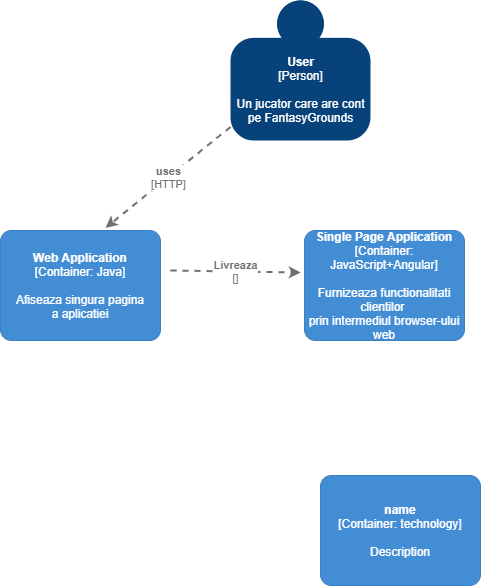
This is C4_container.png from Madalina0303/Ip-lab4, a draw.io export, as it was before one commit. Source tidied: cells renumbered, new cells last; positions are measured from the earlier drawing's top-left corner, leaving out a move shared by most shapes.
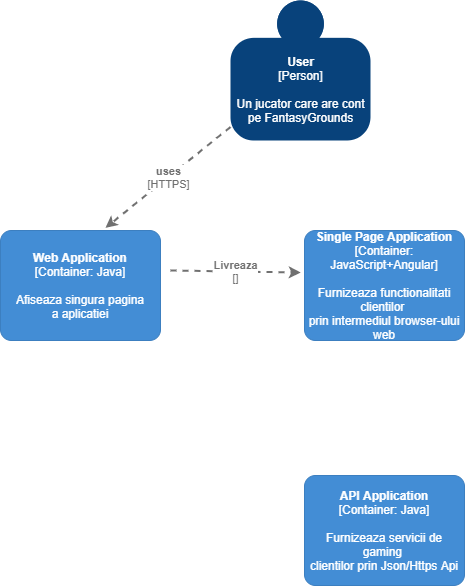
Later version of the same file.

The edit, as a diff of the source:
```diff
@@ -12,7 +12,7 @@
         <mxGeometry y="230" width="160" height="110" as="geometry" />
       </mxCell>
     </object>
-    <object id="4" label="&lt;div style=&quot;text-align: left&quot;&gt;&lt;div style=&quot;text-align: center&quot;&gt;&lt;b&gt;%c4Description%&lt;/b&gt;&lt;/div&gt;&lt;div style=&quot;text-align: center&quot;&gt;[%c4Technology%]&lt;/div&gt;&lt;/div&gt;" c4Description="uses" c4Technology="HTTP" c4Type="Relationship" placeholders="1">
+    <object id="4" label="&lt;div style=&quot;text-align: left&quot;&gt;&lt;div style=&quot;text-align: center&quot;&gt;&lt;b&gt;%c4Description%&lt;/b&gt;&lt;/div&gt;&lt;div style=&quot;text-align: center&quot;&gt;[%c4Technology%]&lt;/div&gt;&lt;/div&gt;" c4Description="uses" c4Technology="HTTPS" c4Type="Relationship" placeholders="1">
       <mxCell style="edgeStyle=none;rounded=0;html=1;entryX=0.656;entryY=-0.024;jettySize=auto;strokeColor=#707070;strokeWidth=2;fontColor=#707070;jumpStyle=none;dashed=1;metaData={&quot;c4Type&quot;:{&quot;editable&quot;:false}};entryDx=0;entryDy=0;entryPerimeter=0;" parent="1" edge="1" source="2" target="3">
         <mxGeometry relative="1" as="geometry" />
       </mxCell>
@@ -29,9 +29,9 @@
         </mxGeometry>
       </mxCell>
     </object>
-    <object id="7" label="&lt;b&gt;%c4Name%&lt;/b&gt;&lt;div&gt;[%c4Type%: %c4Technology%]&lt;/div&gt;&lt;br&gt;&lt;div&gt;%c4Description%&lt;/div&gt;" c4Description="Description" c4Name="name" c4Technology="technology" c4Type="Container" placeholders="1">
+    <object id="7" label="&lt;b&gt;%c4Name%&lt;/b&gt;&lt;div&gt;[%c4Type%: %c4Technology%]&lt;/div&gt;&lt;br&gt;&lt;div&gt;%c4Description%&lt;/div&gt;" c4Description="Furnizeaza servicii de gaming &#10;clientilor prin Json/Https Api" c4Name="API Application" c4Technology="Java" c4Type="Container" placeholders="1">
       <mxCell style="rounded=1;whiteSpace=wrap;html=1;labelBackgroundColor=none;fillColor=#438DD5;fontColor=#ffffff;align=center;arcSize=10;strokeColor=#3C7FC0;metaData={&quot;c4Type&quot;:{&quot;editable&quot;:false}};" parent="1" vertex="1">
-        <mxGeometry x="320" y="475" width="160" height="110" as="geometry" />
+        <mxGeometry x="304" y="475" width="160" height="110" as="geometry" />
       </mxCell>
     </object>
   </root>
```
